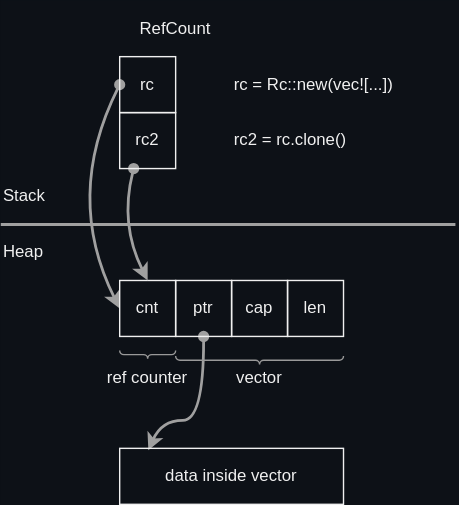
Before: docs/rust/memory_layout/images/refcount.drawio.svg, a diagram exported from draw.io (htgithub194/self-study). Source tidied: cells renumbered, new cells last; positions are measured from the earlier drawing's top-left corner, leaving out a move shared by most shapes.
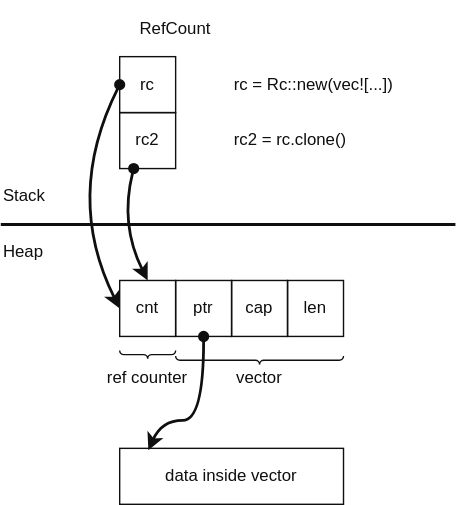
After the change.

The edit, as a diff of the source:
```diff
@@ -1,36 +1,36 @@
-<mxGraphModel background="#0D1117">
+<mxGraphModel>
   <root>
     <mxCell id="0" />
     <mxCell id="1" parent="0" />
-    <mxCell id="2" value="RefCount" style="text;html=1;strokeColor=none;fillColor=none;align=center;verticalAlign=middle;whiteSpace=wrap;rounded=0;fontColor=#F0F0F0;" parent="1" vertex="1">
+    <mxCell id="2" value="RefCount" style="text;html=1;strokeColor=none;fillColor=none;align=center;verticalAlign=middle;whiteSpace=wrap;rounded=0;fontColor=light-dark(#0F0F0F,#F0F0F0);" parent="1" vertex="1">
       <mxGeometry x="85" width="80" height="40" as="geometry" />
     </mxCell>
-    <mxCell id="3" style="edgeStyle=none;curved=1;html=1;entryX=0;entryY=0.5;entryDx=0;entryDy=0;strokeColor=#A0A0A0;strokeWidth=2;startArrow=oval;startFill=1;targetPerimeterSpacing=10;exitX=0;exitY=0.5;exitDx=0;exitDy=0;fontColor=#F0F0F0;" parent="1" edge="1" source="4" target="8">
+    <mxCell id="3" style="edgeStyle=none;curved=1;html=1;entryX=0;entryY=0.5;entryDx=0;entryDy=0;strokeColor=light-dark(#0F0F0F,#F0F0F0);strokeWidth=2;startArrow=oval;startFill=1;targetPerimeterSpacing=10;exitX=0;exitY=0.5;exitDx=0;exitDy=0;fontColor=light-dark(#0F0F0F,#F0F0F0);" parent="1" edge="1" source="4" target="8">
       <mxGeometry relative="1" as="geometry">
         <Array as="points">
           <mxPoint x="45" y="140" />
         </Array>
       </mxGeometry>
     </mxCell>
-    <mxCell id="4" value="rc" style="rounded=0;whiteSpace=wrap;html=1;flipH=1;flipV=1;fillColor=none;fontColor=#F0F0F0;strokeColor=#F0F0F0;" parent="1" vertex="1">
+    <mxCell id="4" value="rc" style="rounded=0;whiteSpace=wrap;html=1;flipH=1;flipV=1;fillColor=none;fontColor=light-dark(#0F0F0F,#F0F0F0);strokeColor=light-dark(#0F0F0F,#F0F0F0);" parent="1" vertex="1">
       <mxGeometry x="85" y="40" width="40" height="40" as="geometry" />
     </mxCell>
-    <mxCell id="5" value="Heap" style="text;html=1;strokeColor=none;fillColor=none;align=left;verticalAlign=middle;whiteSpace=wrap;rounded=0;fontColor=#F0F0F0;" parent="1" vertex="1">
+    <mxCell id="5" value="Heap" style="text;html=1;strokeColor=none;fillColor=none;align=left;verticalAlign=middle;whiteSpace=wrap;rounded=0;fontColor=light-dark(#0F0F0F,#F0F0F0);" parent="1" vertex="1">
       <mxGeometry y="160" width="80" height="40" as="geometry" />
     </mxCell>
-    <mxCell id="6" value="Stack" style="text;html=1;strokeColor=none;fillColor=none;align=left;verticalAlign=middle;whiteSpace=wrap;rounded=0;fontColor=#F0F0F0;" parent="1" vertex="1">
+    <mxCell id="6" value="Stack" style="text;html=1;strokeColor=none;fillColor=none;align=left;verticalAlign=middle;whiteSpace=wrap;rounded=0;fontColor=light-dark(#0F0F0F,#F0F0F0);" parent="1" vertex="1">
       <mxGeometry y="120" width="80" height="40" as="geometry" />
     </mxCell>
-    <mxCell id="7" style="endArrow=none;html=1;strokeColor=#A0A0A0;strokeWidth=2;fontColor=#F0F0F0;" parent="1" edge="1">
+    <mxCell id="7" style="endArrow=none;html=1;strokeColor=light-dark(#0F0F0F,#F0F0F0);strokeWidth=2;fontColor=light-dark(#0F0F0F,#F0F0F0);" parent="1" edge="1">
       <mxGeometry relative="1" as="geometry">
         <mxPoint y="160" as="sourcePoint" />
         <mxPoint x="325" y="160" as="targetPoint" />
       </mxGeometry>
     </mxCell>
-    <mxCell id="8" value="cnt" style="rounded=0;whiteSpace=wrap;html=1;flipH=1;flipV=1;fillColor=none;fontColor=#F0F0F0;strokeColor=#F0F0F0;" parent="1" vertex="1">
+    <mxCell id="8" value="cnt" style="rounded=0;whiteSpace=wrap;html=1;flipH=1;flipV=1;fillColor=none;fontColor=light-dark(#0F0F0F,#F0F0F0);strokeColor=light-dark(#0F0F0F,#F0F0F0);" parent="1" vertex="1">
       <mxGeometry x="85" y="200" width="40" height="40" as="geometry" />
     </mxCell>
-    <mxCell id="9" style="edgeStyle=none;curved=1;html=1;entryX=0.872;entryY=0.965;entryDx=0;entryDy=0;entryPerimeter=0;strokeColor=#A0A0A0;strokeWidth=2;startArrow=oval;startFill=1;targetPerimeterSpacing=10;fontColor=#F0F0F0;" parent="1" edge="1" source="10" target="13">
+    <mxCell id="9" style="edgeStyle=none;curved=1;html=1;entryX=0.872;entryY=0.965;entryDx=0;entryDy=0;entryPerimeter=0;strokeColor=light-dark(#0F0F0F,#F0F0F0);strokeWidth=2;startArrow=oval;startFill=1;targetPerimeterSpacing=10;fontColor=light-dark(#0F0F0F,#F0F0F0);" parent="1" edge="1" source="10" target="13">
       <mxGeometry relative="1" as="geometry">
         <Array as="points">
           <mxPoint x="145" y="300" />
@@ -38,44 +38,44 @@
         </Array>
       </mxGeometry>
     </mxCell>
-    <mxCell id="10" value="ptr" style="rounded=0;whiteSpace=wrap;html=1;flipH=1;flipV=1;fillColor=none;fontColor=#F0F0F0;strokeColor=#F0F0F0;" parent="1" vertex="1">
+    <mxCell id="10" value="ptr" style="rounded=0;whiteSpace=wrap;html=1;flipH=1;flipV=1;fillColor=none;fontColor=light-dark(#0F0F0F,#F0F0F0);strokeColor=light-dark(#0F0F0F,#F0F0F0);" parent="1" vertex="1">
       <mxGeometry x="125" y="200" width="40" height="40" as="geometry" />
     </mxCell>
-    <mxCell id="11" value="cap" style="rounded=0;whiteSpace=wrap;html=1;flipH=1;flipV=1;fillColor=none;fontColor=#F0F0F0;strokeColor=#F0F0F0;" parent="1" vertex="1">
+    <mxCell id="11" value="cap" style="rounded=0;whiteSpace=wrap;html=1;flipH=1;flipV=1;fillColor=none;fontColor=light-dark(#0F0F0F,#F0F0F0);strokeColor=light-dark(#0F0F0F,#F0F0F0);" parent="1" vertex="1">
       <mxGeometry x="165" y="200" width="40" height="40" as="geometry" />
     </mxCell>
-    <mxCell id="12" value="ref counter" style="text;html=1;strokeColor=none;fillColor=none;align=center;verticalAlign=middle;whiteSpace=wrap;rounded=0;fontColor=#F0F0F0;" parent="1" vertex="1">
+    <mxCell id="12" value="ref counter" style="text;html=1;strokeColor=none;fillColor=none;align=center;verticalAlign=middle;whiteSpace=wrap;rounded=0;fontColor=light-dark(#0F0F0F,#F0F0F0);" parent="1" vertex="1">
       <mxGeometry x="65" y="260" width="80" height="20" as="geometry" />
     </mxCell>
-    <mxCell id="13" value="data inside vector" style="rounded=0;whiteSpace=wrap;html=1;flipH=1;flipV=1;fillColor=none;fontColor=#F0F0F0;strokeColor=#F0F0F0;" parent="1" vertex="1">
+    <mxCell id="13" value="data inside vector" style="rounded=0;whiteSpace=wrap;html=1;flipH=1;flipV=1;fillColor=none;fontColor=light-dark(#0F0F0F,#F0F0F0);strokeColor=light-dark(#0F0F0F,#F0F0F0);" parent="1" vertex="1">
       <mxGeometry x="85" y="320" width="160" height="40" as="geometry" />
     </mxCell>
-    <mxCell id="14" value="rc = Rc::new(vec![...])" style="text;html=1;strokeColor=none;fillColor=none;align=left;verticalAlign=middle;whiteSpace=wrap;rounded=0;fontColor=#F0F0F0;" parent="1" vertex="1">
+    <mxCell id="14" value="rc = Rc::new(vec![...])" style="text;html=1;strokeColor=none;fillColor=none;align=left;verticalAlign=middle;whiteSpace=wrap;rounded=0;fontColor=light-dark(#0F0F0F,#F0F0F0);" parent="1" vertex="1">
       <mxGeometry x="165" y="40" width="160" height="40" as="geometry" />
     </mxCell>
-    <mxCell id="15" value="rc2 = rc.clone()" style="text;html=1;strokeColor=none;fillColor=none;align=left;verticalAlign=middle;whiteSpace=wrap;rounded=0;fontColor=#F0F0F0;" parent="1" vertex="1">
+    <mxCell id="15" value="rc2 = rc.clone()" style="text;html=1;strokeColor=none;fillColor=none;align=left;verticalAlign=middle;whiteSpace=wrap;rounded=0;fontColor=light-dark(#0F0F0F,#F0F0F0);" parent="1" vertex="1">
       <mxGeometry x="165" y="80" width="160" height="40" as="geometry" />
     </mxCell>
-    <mxCell id="16" style="edgeStyle=none;curved=1;html=1;entryX=0.5;entryY=0;entryDx=0;entryDy=0;strokeColor=#A0A0A0;strokeWidth=2;startArrow=oval;startFill=1;targetPerimeterSpacing=10;exitX=0.25;exitY=1;exitDx=0;exitDy=0;fontColor=#F0F0F0;" parent="1" edge="1" source="17" target="8">
+    <mxCell id="16" style="edgeStyle=none;curved=1;html=1;entryX=0.5;entryY=0;entryDx=0;entryDy=0;strokeColor=light-dark(#0F0F0F,#F0F0F0);strokeWidth=2;startArrow=oval;startFill=1;targetPerimeterSpacing=10;exitX=0.25;exitY=1;exitDx=0;exitDy=0;fontColor=light-dark(#0F0F0F,#F0F0F0);" parent="1" edge="1" source="17" target="8">
       <mxGeometry relative="1" as="geometry">
         <Array as="points">
           <mxPoint x="85" y="160" />
         </Array>
       </mxGeometry>
     </mxCell>
-    <mxCell id="17" value="rc2" style="rounded=0;whiteSpace=wrap;html=1;flipH=1;flipV=1;fillColor=none;fontColor=#F0F0F0;strokeColor=#F0F0F0;" parent="1" vertex="1">
+    <mxCell id="17" value="rc2" style="rounded=0;whiteSpace=wrap;html=1;flipH=1;flipV=1;fillColor=none;fontColor=light-dark(#0F0F0F,#F0F0F0);strokeColor=light-dark(#0F0F0F,#F0F0F0);" parent="1" vertex="1">
       <mxGeometry x="85" y="80" width="40" height="40" as="geometry" />
     </mxCell>
-    <mxCell id="18" style="verticalLabelPosition=bottom;shadow=0;dashed=0;align=center;html=1;verticalAlign=top;strokeWidth=1;shape=mxgraph.mockup.markup.curlyBrace;strokeColor=#999999;rotation=-180;fontColor=#F0F0F0;" parent="1" vertex="1">
+    <mxCell id="18" style="verticalLabelPosition=bottom;shadow=0;dashed=0;align=center;html=1;verticalAlign=top;strokeWidth=1;shape=mxgraph.mockup.markup.curlyBrace;strokeColor=light-dark(#0F0F0F,#F0F0F0);rotation=-180;fontColor=light-dark(#0F0F0F,#F0F0F0);" parent="1" vertex="1">
       <mxGeometry x="85" y="250" width="40" height="6" as="geometry" />
     </mxCell>
-    <mxCell id="19" value="len" style="rounded=0;whiteSpace=wrap;html=1;flipH=1;flipV=1;fillColor=none;fontColor=#F0F0F0;strokeColor=#F0F0F0;" parent="1" vertex="1">
+    <mxCell id="19" value="len" style="rounded=0;whiteSpace=wrap;html=1;flipH=1;flipV=1;fillColor=none;fontColor=light-dark(#0F0F0F,#F0F0F0);strokeColor=light-dark(#0F0F0F,#F0F0F0);" parent="1" vertex="1">
       <mxGeometry x="205" y="200" width="40" height="40" as="geometry" />
     </mxCell>
-    <mxCell id="20" style="verticalLabelPosition=bottom;shadow=0;dashed=0;align=center;html=1;verticalAlign=top;strokeWidth=1;shape=mxgraph.mockup.markup.curlyBrace;strokeColor=#999999;rotation=-180;fontColor=#F0F0F0;" parent="1" vertex="1">
+    <mxCell id="20" style="verticalLabelPosition=bottom;shadow=0;dashed=0;align=center;html=1;verticalAlign=top;strokeWidth=1;shape=mxgraph.mockup.markup.curlyBrace;strokeColor=light-dark(#0F0F0F,#F0F0F0);rotation=-180;fontColor=light-dark(#0F0F0F,#F0F0F0);" parent="1" vertex="1">
       <mxGeometry x="125" y="254" width="120" height="6" as="geometry" />
     </mxCell>
-    <mxCell id="21" value="vector" style="text;html=1;strokeColor=none;fillColor=none;align=center;verticalAlign=middle;whiteSpace=wrap;rounded=0;fontColor=#F0F0F0;" parent="1" vertex="1">
+    <mxCell id="21" value="vector" style="text;html=1;strokeColor=none;fillColor=none;align=center;verticalAlign=middle;whiteSpace=wrap;rounded=0;fontColor=light-dark(#0F0F0F,#F0F0F0);" parent="1" vertex="1">
       <mxGeometry x="145" y="260" width="80" height="20" as="geometry" />
     </mxCell>
   </root>
```
